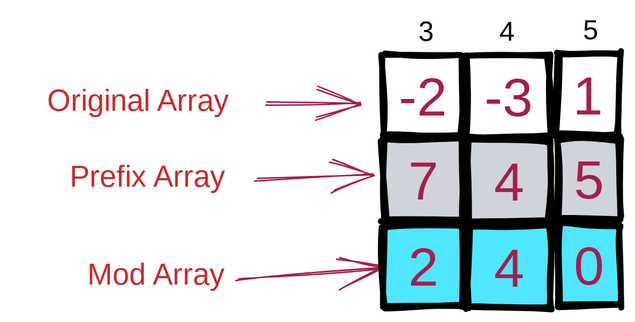
This is .gitbook/assets/file.excalidraw (3).svg from chkrishnatej/leetcode-problem-patterns, a Excalidraw export, as it was before one commit. Source tidied: one line per element, renumbered; positions are measured from the earlier drawing's top-left corner, leaving out a move shared by most shapes. Source of this version:
```json
{"id": 0, "type": "text", "text": "Original Array", "strokeColor": "#c92a2a", "strokeWidth": 1, "roughness": 1, "fontSize": 20, "fontFamily": 3, "textAlign": "center", "x": 0, "y": 44, "width": 164, "height": 24}
{"id": 1, "type": "text", "text": "Prefix Array", "strokeColor": "#c92a2a", "strokeWidth": 1, "roughness": 1, "fontSize": 20, "fontFamily": 3, "textAlign": "center", "x": 18, "y": 95, "width": 141, "height": 24}
{"id": 2, "type": "text", "text": "Mod Array", "strokeColor": "#c92a2a", "strokeWidth": 1, "roughness": 1, "fontSize": 20, "fontFamily": 3, "textAlign": "center", "x": 41, "y": 160, "width": 105, "height": 24}
{"id": 3, "type": "arrow", "strokeColor": "#a61e4d", "strokeWidth": 1, "roughness": 1, "endArrowhead": "arrow", "from": 0, "to": 6, "x": 169, "y": 58, "width": 62, "height": 0, "points": [[0, 0], [62, 0]]}
{"id": 4, "type": "arrow", "strokeColor": "#a61e4d", "strokeWidth": 1, "roughness": 1, "endArrowhead": "arrow", "from": 1, "to": 8, "x": 160, "y": 110, "width": 78, "height": 5, "points": [[0, 0], [78, -5]]}
{"id": 5, "type": "arrow", "strokeColor": "#a61e4d", "strokeWidth": 1, "roughness": 1, "endArrowhead": "arrow", "from": 2, "to": 10, "x": 148, "y": 176, "width": 95, "height": 6, "points": [[0, 0], [95, -6]]}
{"id": 6, "type": "rectangle", "strokeColor": "#000000", "strokeWidth": 4, "roughness": 1, "x": 245, "y": 27, "width": 53, "height": 54}
{"id": 7, "type": "text", "text": "-2", "strokeColor": "#a61e4d", "strokeWidth": 1, "roughness": 1, "fontSize": 36, "fontFamily": 3, "textAlign": "center", "verticalAlign": "middle", "inside": 6, "x": 251, "y": 32, "width": 42, "height": 43}
{"id": 8, "type": "rectangle", "strokeColor": "#000000", "backgroundColor": "#ced4da", "fillStyle": "solid", "strokeWidth": 4, "roughness": 1, "x": 246, "y": 83, "width": 53, "height": 54}
{"id": 9, "type": "text", "text": "7", "strokeColor": "#a61e4d", "strokeWidth": 1, "roughness": 1, "fontSize": 36, "fontFamily": 3, "textAlign": "center", "verticalAlign": "middle", "inside": 8, "x": 262, "y": 88, "width": 21, "height": 43}
{"id": 10, "type": "rectangle", "strokeColor": "#000000", "backgroundColor": "#50e6ff", "fillStyle": "solid", "strokeWidth": 4, "roughness": 1, "x": 246, "y": 141, "width": 53, "height": 54}
{"id": 11, "type": "text", "text": "2", "strokeColor": "#a61e4d", "strokeWidth": 1, "roughness": 1, "fontSize": 36, "fontFamily": 3, "textAlign": "center", "verticalAlign": "middle", "inside": 10, "x": 262, "y": 146, "width": 21, "height": 43}
{"id": 12, "type": "rectangle", "strokeColor": "#000000", "strokeWidth": 4, "roughness": 1, "x": 301, "y": 27, "width": 55, "height": 54}
{"id": 13, "type": "text", "text": "-3", "strokeColor": "#a61e4d", "strokeWidth": 1, "roughness": 1, "fontSize": 36, "fontFamily": 3, "textAlign": "center", "verticalAlign": "middle", "inside": 12, "x": 308, "y": 33, "width": 42, "height": 43}
{"id": 14, "type": "rectangle", "strokeColor": "#000000", "backgroundColor": "#ced4da", "fillStyle": "solid", "strokeWidth": 4, "roughness": 1, "x": 302, "y": 84, "width": 55, "height": 54}
{"id": 15, "type": "text", "text": "4", "strokeColor": "#a61e4d", "strokeWidth": 1, "roughness": 1, "fontSize": 36, "fontFamily": 3, "textAlign": "center", "verticalAlign": "middle", "inside": 14, "x": 319, "y": 89, "width": 21, "height": 43}
{"id": 16, "type": "rectangle", "strokeColor": "#000000", "backgroundColor": "#50e6ff", "fillStyle": "solid", "strokeWidth": 4, "roughness": 1, "x": 302, "y": 141, "width": 55, "height": 54}
{"id": 17, "type": "text", "text": "4", "strokeColor": "#a61e4d", "strokeWidth": 1, "roughness": 1, "fontSize": 36, "fontFamily": 3, "textAlign": "center", "verticalAlign": "middle", "inside": 16, "x": 319, "y": 147, "width": 21, "height": 43}
{"id": 18, "type": "rectangle", "strokeColor": "#000000", "strokeWidth": 4, "roughness": 1, "x": 361, "y": 26, "width": 41, "height": 54}
{"id": 19, "type": "text", "text": "1", "strokeColor": "#a61e4d", "strokeWidth": 1, "roughness": 1, "fontSize": 36, "fontFamily": 3, "textAlign": "center", "verticalAlign": "middle", "inside": 18, "x": 371, "y": 31, "width": 21, "height": 43}
{"id": 20, "type": "rectangle", "strokeColor": "#000000", "backgroundColor": "#ced4da", "fillStyle": "solid", "strokeWidth": 4, "roughness": 1, "x": 362, "y": 82, "width": 41, "height": 54}
{"id": 21, "type": "text", "text": "5", "strokeColor": "#a61e4d", "strokeWidth": 1, "roughness": 1, "fontSize": 36, "fontFamily": 3, "textAlign": "center", "verticalAlign": "middle", "inside": 20, "x": 372, "y": 88, "width": 21, "height": 43}
{"id": 22, "type": "rectangle", "strokeColor": "#000000", "backgroundColor": "#50e6ff", "fillStyle": "solid", "strokeWidth": 4, "roughness": 1, "x": 362, "y": 140, "width": 41, "height": 54}
{"id": 23, "type": "text", "text": "0", "strokeColor": "#a61e4d", "strokeWidth": 1, "roughness": 1, "fontSize": 36, "fontFamily": 3, "textAlign": "center", "verticalAlign": "middle", "inside": 22, "x": 372, "y": 145, "width": 21, "height": 43}
{"id": 24, "type": "text", "text": "3", "strokeColor": "#000000", "strokeWidth": 4, "roughness": 2, "fontSize": 18.36, "fontFamily": 1, "x": 269, "y": 1, "width": 12, "height": 23}
{"id": 25, "type": "text", "text": "4", "strokeColor": "#000000", "strokeWidth": 4, "roughness": 2, "fontSize": 18.36, "fontFamily": 1, "x": 323, "y": 1, "width": 12, "height": 23}
{"id": 26, "type": "text", "text": "5", "strokeColor": "#000000", "strokeWidth": 4, "roughness": 2, "fontSize": 18.36, "fontFamily": 1, "x": 379, "y": 0, "width": 12, "height": 23}
```
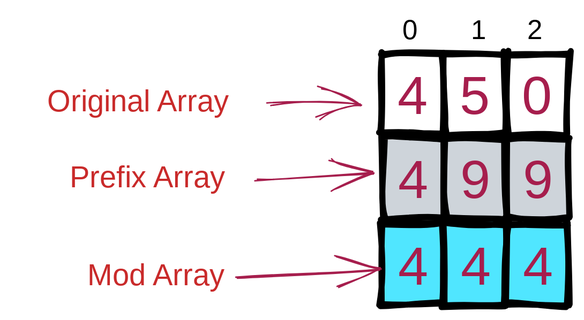
The same file after the commit.

What changed in the source:
```diff
@@ -1,27 +1,27 @@
+{"id": 27, "type": "rectangle", "strokeColor": "#000000", "strokeWidth": 4, "roughness": 1, "x": 244, "y": 25, "width": 41, "height": 54}
+{"id": 28, "type": "text", "text": "4", "strokeColor": "#a61e4d", "strokeWidth": 1, "roughness": 1, "fontSize": 36, "fontFamily": 3, "textAlign": "center", "verticalAlign": "middle", "inside": 27, "x": 254, "y": 31, "width": 21, "height": 43}
+{"id": 29, "type": "rectangle", "strokeColor": "#000000", "backgroundColor": "#ced4da", "fillStyle": "solid", "strokeWidth": 4, "roughness": 1, "x": 245, "y": 81, "width": 41, "height": 54}
+{"id": 30, "type": "text", "text": "4", "strokeColor": "#a61e4d", "backgroundColor": "#ced4da", "fillStyle": "solid", "strokeWidth": 1, "roughness": 1, "fontSize": 36, "fontFamily": 3, "textAlign": "center", "verticalAlign": "middle", "inside": 29, "x": 255, "y": 87, "width": 21, "height": 43}
+{"id": 31, "type": "rectangle", "strokeColor": "#000000", "backgroundColor": "#50e6ff", "fillStyle": "solid", "strokeWidth": 4, "roughness": 1, "x": 245, "y": 139, "width": 41, "height": 54}
+{"id": 32, "type": "text", "text": "4", "strokeColor": "#a61e4d", "backgroundColor": "#50e6ff", "fillStyle": "solid", "strokeWidth": 1, "roughness": 1, "fontSize": 36, "fontFamily": 3, "textAlign": "center", "verticalAlign": "middle", "inside": 31, "x": 255, "y": 144, "width": 21, "height": 43}
+{"id": 33, "type": "rectangle", "strokeColor": "#000000", "strokeWidth": 4, "roughness": 1, "x": 286, "y": 25, "width": 41, "height": 54}
+{"id": 34, "type": "text", "text": "5", "strokeColor": "#a61e4d", "strokeWidth": 1, "roughness": 1, "fontSize": 36, "fontFamily": 3, "textAlign": "center", "verticalAlign": "middle", "inside": 33, "x": 296, "y": 31, "width": 21, "height": 43}
+{"id": 35, "type": "rectangle", "strokeColor": "#000000", "backgroundColor": "#ced4da", "fillStyle": "solid", "strokeWidth": 4, "roughness": 1, "x": 286, "y": 82, "width": 41, "height": 54}
+{"id": 36, "type": "text", "text": "9", "strokeColor": "#a61e4d", "strokeWidth": 1, "roughness": 1, "fontSize": 36, "fontFamily": 3, "textAlign": "center", "verticalAlign": "middle", "inside": 35, "x": 296, "y": 87, "width": 21, "height": 43}
+{"id": 37, "type": "rectangle", "strokeColor": "#000000", "backgroundColor": "#50e6ff", "fillStyle": "solid", "strokeWidth": 4, "roughness": 1, "x": 286, "y": 139, "width": 41, "height": 54}
+{"id": 38, "type": "text", "text": "4", "strokeColor": "#a61e4d", "strokeWidth": 1, "roughness": 1, "fontSize": 36, "fontFamily": 3, "textAlign": "center", "verticalAlign": "middle", "inside": 37, "x": 296, "y": 145, "width": 21, "height": 43}
+{"id": 39, "type": "rectangle", "strokeColor": "#000000", "strokeWidth": 4, "roughness": 1, "x": 327, "y": 25, "width": 41, "height": 54}
+{"id": 40, "type": "text", "text": "0", "strokeColor": "#a61e4d", "strokeWidth": 1, "roughness": 1, "fontSize": 36, "fontFamily": 3, "textAlign": "center", "verticalAlign": "middle", "inside": 39, "x": 337, "y": 31, "width": 21, "height": 43}
+{"id": 41, "type": "rectangle", "strokeColor": "#000000", "backgroundColor": "#ced4da", "fillStyle": "solid", "strokeWidth": 4, "roughness": 1, "x": 328, "y": 82, "width": 41, "height": 54}
+{"id": 42, "type": "text", "text": "9", "strokeColor": "#a61e4d", "strokeWidth": 1, "roughness": 1, "fontSize": 36, "fontFamily": 3, "textAlign": "center", "verticalAlign": "middle", "inside": 41, "x": 338, "y": 87, "width": 21, "height": 43}
+{"id": 43, "type": "rectangle", "strokeColor": "#000000", "backgroundColor": "#50e6ff", "fillStyle": "solid", "strokeWidth": 4, "roughness": 1, "x": 328, "y": 139, "width": 41, "height": 54}
+{"id": 44, "type": "text", "text": "4", "strokeColor": "#a61e4d", "strokeWidth": 1, "roughness": 1, "fontSize": 36, "fontFamily": 3, "textAlign": "center", "verticalAlign": "middle", "inside": 43, "x": 338, "y": 145, "width": 21, "height": 43}
+{"id": 45, "type": "text", "text": "0", "strokeColor": "#000000", "strokeWidth": 4, "roughness": 2, "fontSize": 18.36, "fontFamily": 1, "x": 258, "y": 0, "width": 13, "height": 23}
+{"id": 19, "type": "text", "text": "1", "strokeColor": "#000000", "strokeWidth": 4, "roughness": 2, "fontSize": 18.36, "fontFamily": 1, "x": 304, "y": 0, "width": 5, "height": 23}
+{"id": 11, "type": "text", "text": "2", "strokeColor": "#000000", "strokeWidth": 4, "roughness": 2, "fontSize": 18.36, "fontFamily": 1, "x": 341, "y": 0, "width": 13, "height": 23}
 {"id": 0, "type": "text", "text": "Original Array", "strokeColor": "#c92a2a", "strokeWidth": 1, "roughness": 1, "fontSize": 20, "fontFamily": 3, "textAlign": "center", "x": 0, "y": 44, "width": 164, "height": 24}
 {"id": 1, "type": "text", "text": "Prefix Array", "strokeColor": "#c92a2a", "strokeWidth": 1, "roughness": 1, "fontSize": 20, "fontFamily": 3, "textAlign": "center", "x": 18, "y": 95, "width": 141, "height": 24}
 {"id": 2, "type": "text", "text": "Mod Array", "strokeColor": "#c92a2a", "strokeWidth": 1, "roughness": 1, "fontSize": 20, "fontFamily": 3, "textAlign": "center", "x": 41, "y": 160, "width": 105, "height": 24}
-{"id": 3, "type": "arrow", "strokeColor": "#a61e4d", "strokeWidth": 1, "roughness": 1, "endArrowhead": "arrow", "from": 0, "to": 6, "x": 169, "y": 58, "width": 62, "height": 0, "points": [[0, 0], [62, 0]]}
-{"id": 4, "type": "arrow", "strokeColor": "#a61e4d", "strokeWidth": 1, "roughness": 1, "endArrowhead": "arrow", "from": 1, "to": 8, "x": 160, "y": 110, "width": 78, "height": 5, "points": [[0, 0], [78, -5]]}
-{"id": 5, "type": "arrow", "strokeColor": "#a61e4d", "strokeWidth": 1, "roughness": 1, "endArrowhead": "arrow", "from": 2, "to": 10, "x": 148, "y": 176, "width": 95, "height": 6, "points": [[0, 0], [95, -6]]}
-{"id": 6, "type": "rectangle", "strokeColor": "#000000", "strokeWidth": 4, "roughness": 1, "x": 245, "y": 27, "width": 53, "height": 54}
-{"id": 7, "type": "text", "text": "-2", "strokeColor": "#a61e4d", "strokeWidth": 1, "roughness": 1, "fontSize": 36, "fontFamily": 3, "textAlign": "center", "verticalAlign": "middle", "inside": 6, "x": 251, "y": 32, "width": 42, "height": 43}
-{"id": 8, "type": "rectangle", "strokeColor": "#000000", "backgroundColor": "#ced4da", "fillStyle": "solid", "strokeWidth": 4, "roughness": 1, "x": 246, "y": 83, "width": 53, "height": 54}
-{"id": 9, "type": "text", "text": "7", "strokeColor": "#a61e4d", "strokeWidth": 1, "roughness": 1, "fontSize": 36, "fontFamily": 3, "textAlign": "center", "verticalAlign": "middle", "inside": 8, "x": 262, "y": 88, "width": 21, "height": 43}
-{"id": 10, "type": "rectangle", "strokeColor": "#000000", "backgroundColor": "#50e6ff", "fillStyle": "solid", "strokeWidth": 4, "roughness": 1, "x": 246, "y": 141, "width": 53, "height": 54}
-{"id": 11, "type": "text", "text": "2", "strokeColor": "#a61e4d", "strokeWidth": 1, "roughness": 1, "fontSize": 36, "fontFamily": 3, "textAlign": "center", "verticalAlign": "middle", "inside": 10, "x": 262, "y": 146, "width": 21, "height": 43}
-{"id": 12, "type": "rectangle", "strokeColor": "#000000", "strokeWidth": 4, "roughness": 1, "x": 301, "y": 27, "width": 55, "height": 54}
-{"id": 13, "type": "text", "text": "-3", "strokeColor": "#a61e4d", "strokeWidth": 1, "roughness": 1, "fontSize": 36, "fontFamily": 3, "textAlign": "center", "verticalAlign": "middle", "inside": 12, "x": 308, "y": 33, "width": 42, "height": 43}
-{"id": 14, "type": "rectangle", "strokeColor": "#000000", "backgroundColor": "#ced4da", "fillStyle": "solid", "strokeWidth": 4, "roughness": 1, "x": 302, "y": 84, "width": 55, "height": 54}
-{"id": 15, "type": "text", "text": "4", "strokeColor": "#a61e4d", "strokeWidth": 1, "roughness": 1, "fontSize": 36, "fontFamily": 3, "textAlign": "center", "verticalAlign": "middle", "inside": 14, "x": 319, "y": 89, "width": 21, "height": 43}
-{"id": 16, "type": "rectangle", "strokeColor": "#000000", "backgroundColor": "#50e6ff", "fillStyle": "solid", "strokeWidth": 4, "roughness": 1, "x": 302, "y": 141, "width": 55, "height": 54}
-{"id": 17, "type": "text", "text": "4", "strokeColor": "#a61e4d", "strokeWidth": 1, "roughness": 1, "fontSize": 36, "fontFamily": 3, "textAlign": "center", "verticalAlign": "middle", "inside": 16, "x": 319, "y": 147, "width": 21, "height": 43}
-{"id": 18, "type": "rectangle", "strokeColor": "#000000", "strokeWidth": 4, "roughness": 1, "x": 361, "y": 26, "width": 41, "height": 54}
-{"id": 19, "type": "text", "text": "1", "strokeColor": "#a61e4d", "strokeWidth": 1, "roughness": 1, "fontSize": 36, "fontFamily": 3, "textAlign": "center", "verticalAlign": "middle", "inside": 18, "x": 371, "y": 31, "width": 21, "height": 43}
-{"id": 20, "type": "rectangle", "strokeColor": "#000000", "backgroundColor": "#ced4da", "fillStyle": "solid", "strokeWidth": 4, "roughness": 1, "x": 362, "y": 82, "width": 41, "height": 54}
-{"id": 21, "type": "text", "text": "5", "strokeColor": "#a61e4d", "strokeWidth": 1, "roughness": 1, "fontSize": 36, "fontFamily": 3, "textAlign": "center", "verticalAlign": "middle", "inside": 20, "x": 372, "y": 88, "width": 21, "height": 43}
-{"id": 22, "type": "rectangle", "strokeColor": "#000000", "backgroundColor": "#50e6ff", "fillStyle": "solid", "strokeWidth": 4, "roughness": 1, "x": 362, "y": 140, "width": 41, "height": 54}
-{"id": 23, "type": "text", "text": "0", "strokeColor": "#a61e4d", "strokeWidth": 1, "roughness": 1, "fontSize": 36, "fontFamily": 3, "textAlign": "center", "verticalAlign": "middle", "inside": 22, "x": 372, "y": 145, "width": 21, "height": 43}
-{"id": 24, "type": "text", "text": "3", "strokeColor": "#000000", "strokeWidth": 4, "roughness": 2, "fontSize": 18.36, "fontFamily": 1, "x": 269, "y": 1, "width": 12, "height": 23}
-{"id": 25, "type": "text", "text": "4", "strokeColor": "#000000", "strokeWidth": 4, "roughness": 2, "fontSize": 18.36, "fontFamily": 1, "x": 323, "y": 1, "width": 12, "height": 23}
-{"id": 26, "type": "text", "text": "5", "strokeColor": "#000000", "strokeWidth": 4, "roughness": 2, "fontSize": 18.36, "fontFamily": 1, "x": 379, "y": 0, "width": 12, "height": 23}
+{"id": 46, "type": "arrow", "strokeColor": "#a61e4d", "strokeWidth": 1, "roughness": 1, "endArrowhead": "arrow", "from": 0, "to": 27, "x": 169, "y": 58, "width": 62, "height": 0, "points": [[0, 0], [62, 0]]}
+{"id": 47, "type": "arrow", "strokeColor": "#a61e4d", "strokeWidth": 1, "roughness": 1, "endArrowhead": "arrow", "from": 1, "to": 29, "x": 160, "y": 110, "width": 78, "height": 5, "points": [[0, 0], [78, -5]]}
+{"id": 48, "type": "arrow", "strokeColor": "#a61e4d", "strokeWidth": 1, "roughness": 1, "endArrowhead": "arrow", "from": 2, "to": 31, "x": 148, "y": 176, "width": 95, "height": 6, "points": [[0, 0], [95, -6]]}
```
